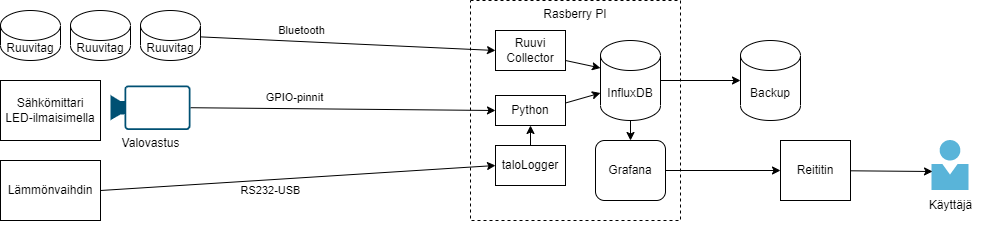
Before: diagrams/Talonvalvonta.png, a diagram exported from draw.io (galigula2/Talonvalvonta). Source tidied: cells renumbered, new cells last; positions are measured from the earlier drawing's top-left corner, leaving out a move shared by most shapes.
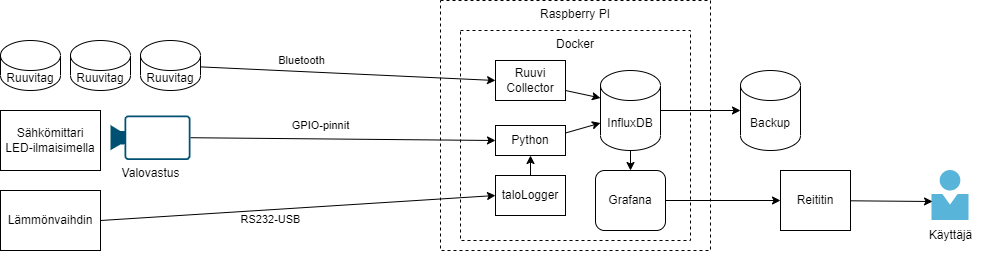
After the change.

What changed in the source:
```diff
@@ -2,9 +2,12 @@
   <root>
     <mxCell id="0" />
     <mxCell id="1" parent="0" />
-    <mxCell id="2" value="&lt;span&gt;Rasberry PI&lt;/span&gt;" style="rounded=0;whiteSpace=wrap;html=1;dashed=1;align=center;verticalAlign=top;" parent="1" vertex="1">
-      <mxGeometry x="470" width="210" height="220" as="geometry" />
+    <mxCell id="2" value="&lt;span&gt;Raspberry PI&lt;/span&gt;" style="rounded=0;whiteSpace=wrap;html=1;dashed=1;align=center;verticalAlign=top;" parent="1" vertex="1">
+      <mxGeometry x="440" y="-30" width="270" height="250" as="geometry" />
     </mxCell>
+    <mxCell id="32" value="&lt;span&gt;Docker&lt;/span&gt;" style="rounded=0;whiteSpace=wrap;html=1;dashed=1;align=center;verticalAlign=top;" parent="1" vertex="1">
+      <mxGeometry x="460" width="230" height="210" as="geometry" />
+    </mxCell>
     <mxCell id="3" style="edgeStyle=orthogonalEdgeStyle;rounded=0;jettySize=auto;html=1;entryX=0;entryY=0.5;entryDx=0;entryDy=0;entryPerimeter=0;" parent="1" edge="1" source="4" target="7">
       <mxGeometry relative="1" as="geometry" />
     </mxCell>
@@ -51,7 +54,7 @@
     </mxCell>
     <mxCell id="17" value="GPIO-pinnit" style="edgeLabel;html=1;align=center;verticalAlign=middle;" parent="16" vertex="1">
       <mxGeometry x="-0.44" y="-1" relative="1" as="geometry">
-        <mxPoint x="19" y="-12" as="offset" />
+        <mxPoint x="45" y="-14" as="offset" />
       </mxGeometry>
     </mxCell>
     <mxCell id="18" value="Valovastus" style="points=[[0,0.5,0],[0.19,0.02,0],[0.59,0,0],[0.985,0.02,0],[1,0.5,0],[0.985,0.98,0],[0.59,1,0],[0.19,0.98,0]];verticalLabelPosition=bottom;html=1;verticalAlign=top;align=center;shape=mxgraph.cisco19.camera;fillColor=#005073;strokeColor=none;" parent="1" vertex="1">
```
